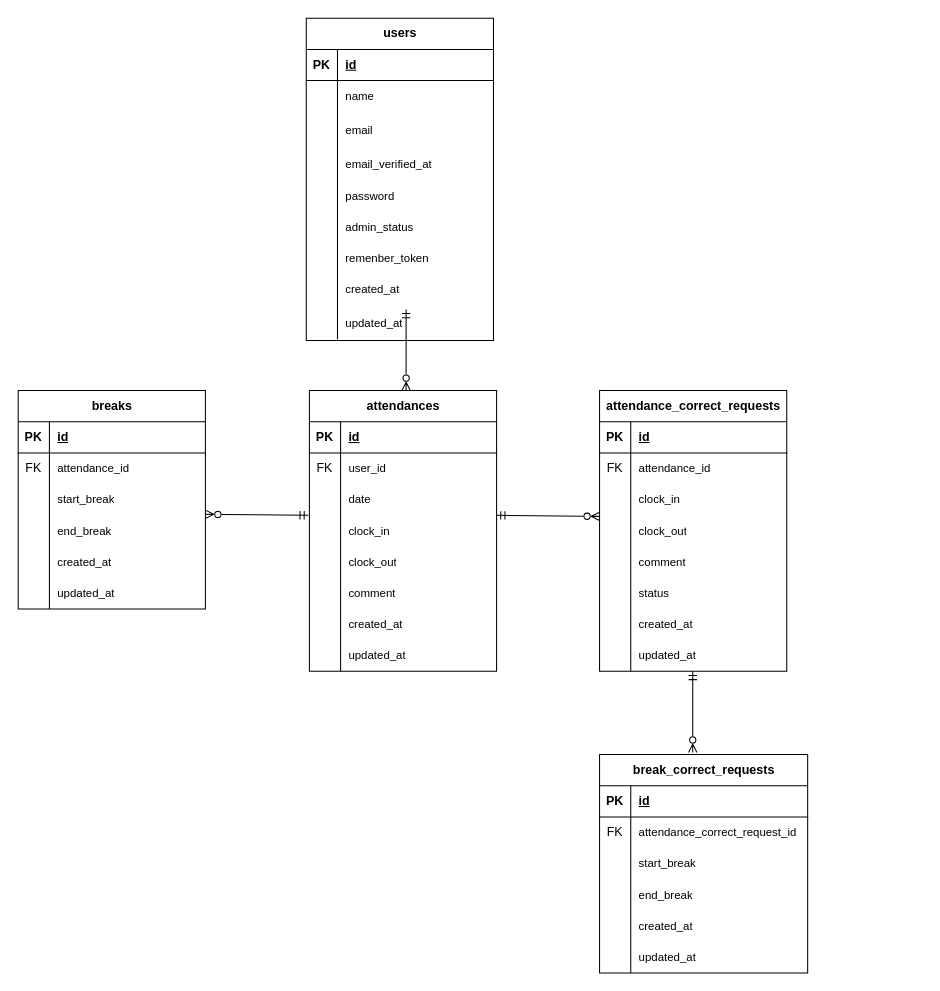
Earlier version of the draw.io diagram ER.dio (tanakami315/MATTER-attendance-management). Source tidied: cells renumbered, new cells numbered last; positions are measured from the earlier drawing's top-left corner, leaving out a move shared by most shapes. Both pictures are drawn from the tidied source at 104%, with x=0, y=0 at pixel (18, 18).
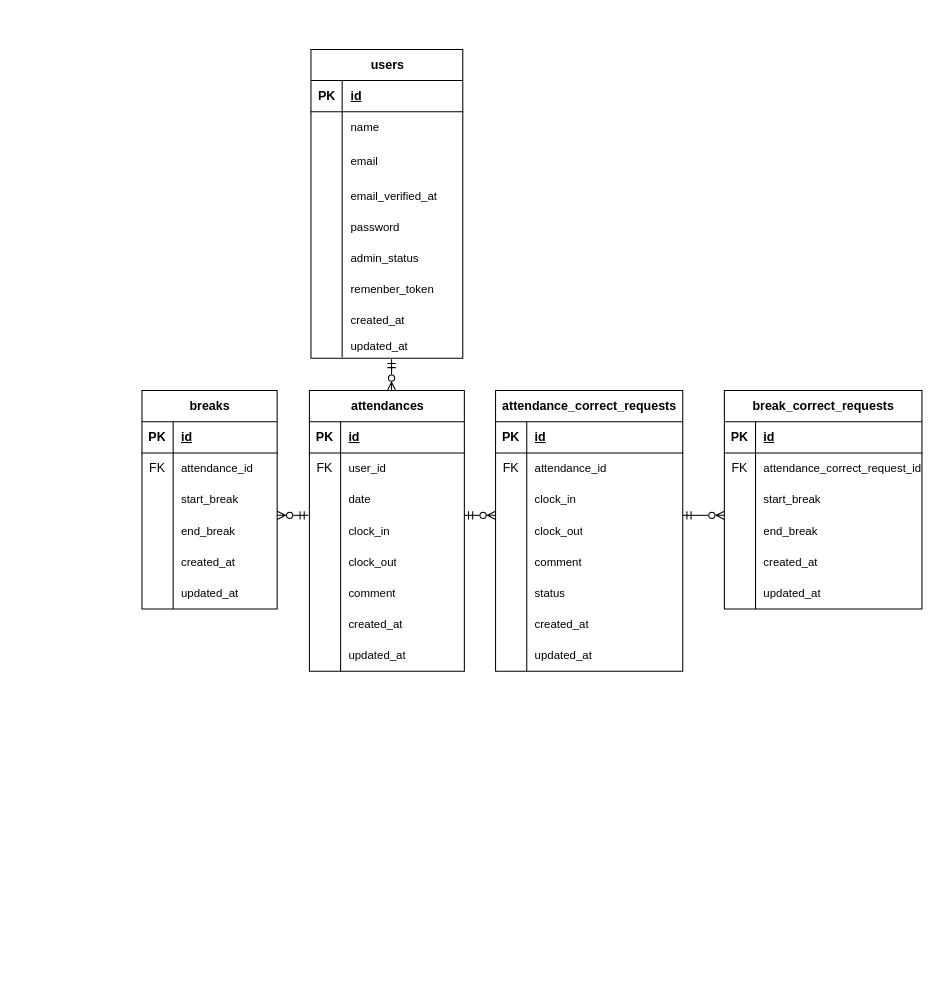
After the change.

What changed in the source:
```diff
@@
     <mxCell id="2" value="attendances" style="shape=table;startSize=30;childLayout=tableLayout;rowLines=0;fontStyle=1;align=center;html=1;" parent="1" vertex="1">
-      <mxGeometry x="280" y="358" width="180" height="270" as="geometry" />
+      <mxGeometry x="280" y="358" width="149" height="270" as="geometry" />
     </mxCell>
     <mxCell id="3" style="shape=tableRow;horizontal=0;startSize=0;swimlaneHead=0;swimlaneBody=0;fillColor=none;top=0;left=0;right=0;bottom=1;" parent="2" vertex="1">
-      <mxGeometry y="30" width="180" height="30" as="geometry" />
+      <mxGeometry y="30" width="149" height="30" as="geometry" />
     </mxCell>
@@
     <mxCell id="5" value="id" style="shape=partialRectangle;fillColor=none;top=0;left=0;bottom=0;right=0;align=left;spacingLeft=6;fontStyle=5;overflow=hidden;whiteSpace=wrap;html=1;" parent="3" vertex="1">
-      <mxGeometry x="30" width="150" height="30" as="geometry" />
+      <mxGeometry x="30" width="119" height="30" as="geometry" />
     </mxCell>
     <mxCell id="6" style="shape=tableRow;horizontal=0;startSize=0;swimlaneHead=0;swimlaneBody=0;fillColor=none;top=0;left=0;right=0;bottom=0;" parent="2" vertex="1">
-      <mxGeometry y="60" width="180" height="30" as="geometry" />
+      <mxGeometry y="60" width="149" height="30" as="geometry" />
     </mxCell>
@@
     <mxCell id="8" value="user_id" style="shape=partialRectangle;fillColor=none;top=0;left=0;bottom=0;right=0;align=left;spacingLeft=6;overflow=hidden;whiteSpace=wrap;html=1;fontSize=11;verticalAlign=middle;" parent="6" vertex="1">
-      <mxGeometry x="30" width="150" height="30" as="geometry" />
+      <mxGeometry x="30" width="119" height="30" as="geometry" />
     </mxCell>
     <mxCell id="9" style="shape=tableRow;horizontal=0;startSize=0;swimlaneHead=0;swimlaneBody=0;fillColor=none;top=0;left=0;right=0;bottom=0;" parent="2" vertex="1">
-      <mxGeometry y="90" width="180" height="30" as="geometry" />
+      <mxGeometry y="90" width="149" height="30" as="geometry" />
     </mxCell>
@@
     <mxCell id="11" value="date" style="shape=partialRectangle;fillColor=none;top=0;left=0;bottom=0;right=0;align=left;spacingLeft=6;overflow=hidden;whiteSpace=wrap;html=1;fontSize=11;verticalAlign=middle;" parent="9" vertex="1">
-      <mxGeometry x="30" width="150" height="30" as="geometry" />
+      <mxGeometry x="30" width="119" height="30" as="geometry" />
     </mxCell>
     <mxCell id="12" style="shape=tableRow;horizontal=0;startSize=0;swimlaneHead=0;swimlaneBody=0;fillColor=none;top=0;left=0;right=0;bottom=0;" parent="2" vertex="1">
-      <mxGeometry y="120" width="180" height="30" as="geometry" />
+      <mxGeometry y="120" width="149" height="30" as="geometry" />
     </mxCell>
@@
     <mxCell id="14" value="clock_in" style="shape=partialRectangle;fillColor=none;top=0;left=0;bottom=0;right=0;align=left;spacingLeft=6;overflow=hidden;whiteSpace=wrap;html=1;fontSize=11;" parent="12" vertex="1">
-      <mxGeometry x="30" width="150" height="30" as="geometry" />
+      <mxGeometry x="30" width="119" height="30" as="geometry" />
     </mxCell>
     <mxCell id="15" style="shape=tableRow;horizontal=0;startSize=0;swimlaneHead=0;swimlaneBody=0;fillColor=none;top=0;left=0;right=0;bottom=0;" parent="2" vertex="1">
-      <mxGeometry y="150" width="180" height="30" as="geometry" />
+      <mxGeometry y="150" width="149" height="30" as="geometry" />
     </mxCell>
@@
     <mxCell id="17" value="clock_out" style="shape=partialRectangle;fillColor=none;top=0;left=0;bottom=0;right=0;align=left;spacingLeft=6;overflow=hidden;whiteSpace=wrap;html=1;fontSize=11;" parent="15" vertex="1">
-      <mxGeometry x="30" width="150" height="30" as="geometry" />
+      <mxGeometry x="30" width="119" height="30" as="geometry" />
     </mxCell>
     <mxCell id="18" style="shape=tableRow;horizontal=0;startSize=0;swimlaneHead=0;swimlaneBody=0;fillColor=none;top=0;left=0;right=0;bottom=0;" parent="2" vertex="1">
-      <mxGeometry y="180" width="180" height="30" as="geometry" />
+      <mxGeometry y="180" width="149" height="30" as="geometry" />
     </mxCell>
@@
     <mxCell id="20" value="comment" style="shape=partialRectangle;fillColor=none;top=0;left=0;bottom=0;right=0;align=left;spacingLeft=6;overflow=hidden;whiteSpace=wrap;html=1;fontSize=11;" parent="18" vertex="1">
-      <mxGeometry x="30" width="150" height="30" as="geometry" />
+      <mxGeometry x="30" width="119" height="30" as="geometry" />
     </mxCell>
     <mxCell id="21" style="shape=tableRow;horizontal=0;startSize=0;swimlaneHead=0;swimlaneBody=0;fillColor=none;top=0;left=0;right=0;bottom=0;" parent="2" vertex="1">
-      <mxGeometry y="210" width="180" height="30" as="geometry" />
+      <mxGeometry y="210" width="149" height="30" as="geometry" />
     </mxCell>
@@
     <mxCell id="23" value="&lt;span style=&quot;color: rgb(0, 0, 0);&quot;&gt;created_at&lt;/span&gt;" style="shape=partialRectangle;fillColor=none;top=0;left=0;bottom=0;right=0;align=left;spacingLeft=6;overflow=hidden;whiteSpace=wrap;html=1;fontSize=11;" parent="21" vertex="1">
-      <mxGeometry x="30" width="150" height="30" as="geometry" />
+      <mxGeometry x="30" width="119" height="30" as="geometry" />
     </mxCell>
     <mxCell id="24" style="shape=tableRow;horizontal=0;startSize=0;swimlaneHead=0;swimlaneBody=0;fillColor=none;top=0;left=0;right=0;bottom=0;" parent="2" vertex="1">
-      <mxGeometry y="240" width="180" height="30" as="geometry" />
+      <mxGeometry y="240" width="149" height="30" as="geometry" />
     </mxCell>
@@
     <mxCell id="26" value="updated_at" style="shape=partialRectangle;fillColor=none;top=0;left=0;bottom=0;right=0;align=left;spacingLeft=6;overflow=hidden;whiteSpace=wrap;html=1;fontSize=11;" parent="24" vertex="1">
-      <mxGeometry x="30" width="150" height="30" as="geometry" />
+      <mxGeometry x="30" width="119" height="30" as="geometry" />
     </mxCell>
     <mxCell id="27" value="users" style="shape=table;startSize=30;childLayout=tableLayout;rowLines=0;fontStyle=1;align=center;html=1;" parent="1" vertex="1">
-      <mxGeometry x="277" width="180" height="310" as="geometry" />
+      <mxGeometry x="281.5" y="30" width="146" height="297" as="geometry" />
     </mxCell>
     <mxCell id="28" style="shape=tableRow;horizontal=0;startSize=0;swimlaneHead=0;swimlaneBody=0;fillColor=none;top=0;left=0;right=0;bottom=1;" parent="27" vertex="1">
-      <mxGeometry y="30" width="180" height="30" as="geometry" />
+      <mxGeometry y="30" width="146" height="30" as="geometry" />
     </mxCell>
@@
     <mxCell id="30" value="id" style="shape=partialRectangle;fillColor=none;top=0;left=0;bottom=0;right=0;align=left;spacingLeft=6;fontStyle=5;overflow=hidden;whiteSpace=wrap;html=1;" parent="28" vertex="1">
-      <mxGeometry x="30" width="150" height="30" as="geometry" />
+      <mxGeometry x="30" width="116" height="30" as="geometry" />
     </mxCell>
     <mxCell id="31" style="shape=tableRow;horizontal=0;startSize=0;swimlaneHead=0;swimlaneBody=0;fillColor=none;top=0;left=0;right=0;bottom=0;" parent="27" vertex="1">
-      <mxGeometry y="60" width="180" height="30" as="geometry" />
+      <mxGeometry y="60" width="146" height="30" as="geometry" />
     </mxCell>
@@
     <mxCell id="33" value="name" style="shape=partialRectangle;fillColor=none;top=0;left=0;bottom=0;right=0;align=left;spacingLeft=6;overflow=hidden;whiteSpace=wrap;html=1;fontSize=11;verticalAlign=middle;" parent="31" vertex="1">
-      <mxGeometry x="30" width="150" height="30" as="geometry" />
+      <mxGeometry x="30" width="116" height="30" as="geometry" />
     </mxCell>
     <mxCell id="34" style="shape=tableRow;horizontal=0;startSize=0;swimlaneHead=0;swimlaneBody=0;fillColor=none;top=0;left=0;right=0;bottom=0;" parent="27" vertex="1">
-      <mxGeometry y="90" width="180" height="36" as="geometry" />
+      <mxGeometry y="90" width="146" height="36" as="geometry" />
     </mxCell>
@@
     <mxCell id="36" value="&lt;span style=&quot;color: rgb(0, 0, 0);&quot;&gt;email&lt;/span&gt;" style="shape=partialRectangle;fillColor=none;top=0;left=0;bottom=0;right=0;align=left;spacingLeft=6;overflow=hidden;whiteSpace=wrap;html=1;fontSize=11;verticalAlign=middle;" parent="34" vertex="1">
-      <mxGeometry x="30" width="150" height="36" as="geometry" />
+      <mxGeometry x="30" width="116" height="36" as="geometry" />
     </mxCell>
     <mxCell id="37" style="shape=tableRow;horizontal=0;startSize=0;swimlaneHead=0;swimlaneBody=0;fillColor=none;top=0;left=0;right=0;bottom=0;" parent="27" vertex="1">
-      <mxGeometry y="126" width="180" height="30" as="geometry" />
+      <mxGeometry y="126" width="146" height="30" as="geometry" />
     </mxCell>
@@
     <mxCell id="39" value="&lt;span style=&quot;color: rgb(0, 0, 0);&quot;&gt;email_verified_at&lt;/span&gt;" style="shape=partialRectangle;fillColor=none;top=0;left=0;bottom=0;right=0;align=left;spacingLeft=6;overflow=hidden;whiteSpace=wrap;html=1;fontSize=11;" parent="37" vertex="1">
-      <mxGeometry x="30" width="150" height="30" as="geometry" />
+      <mxGeometry x="30" width="116" height="30" as="geometry" />
     </mxCell>
     <mxCell id="40" style="shape=tableRow;horizontal=0;startSize=0;swimlaneHead=0;swimlaneBody=0;fillColor=none;top=0;left=0;right=0;bottom=0;" parent="27" vertex="1">
-      <mxGeometry y="156" width="180" height="30" as="geometry" />
+      <mxGeometry y="156" width="146" height="30" as="geometry" />
     </mxCell>
@@
     <mxCell id="42" value="&lt;span style=&quot;color: rgb(0, 0, 0);&quot;&gt;password&lt;/span&gt;" style="shape=partialRectangle;fillColor=none;top=0;left=0;bottom=0;right=0;align=left;spacingLeft=6;overflow=hidden;whiteSpace=wrap;html=1;fontSize=11;" parent="40" vertex="1">
-      <mxGeometry x="30" width="150" height="30" as="geometry" />
+      <mxGeometry x="30" width="116" height="30" as="geometry" />
     </mxCell>
     <mxCell id="43" style="shape=tableRow;horizontal=0;startSize=0;swimlaneHead=0;swimlaneBody=0;fillColor=none;top=0;left=0;right=0;bottom=0;" parent="27" vertex="1">
-      <mxGeometry y="186" width="180" height="30" as="geometry" />
+      <mxGeometry y="186" width="146" height="30" as="geometry" />
     </mxCell>
@@
     <mxCell id="45" value="admin_status" style="shape=partialRectangle;fillColor=none;top=0;left=0;bottom=0;right=0;align=left;spacingLeft=6;overflow=hidden;whiteSpace=wrap;html=1;fontSize=11;" parent="43" vertex="1">
-      <mxGeometry x="30" width="150" height="30" as="geometry" />
+      <mxGeometry x="30" width="116" height="30" as="geometry" />
     </mxCell>
     <mxCell id="46" style="shape=tableRow;horizontal=0;startSize=0;swimlaneHead=0;swimlaneBody=0;fillColor=none;top=0;left=0;right=0;bottom=0;" parent="27" vertex="1">
-      <mxGeometry y="216" width="180" height="30" as="geometry" />
+      <mxGeometry y="216" width="146" height="30" as="geometry" />
     </mxCell>
@@
     <mxCell id="48" value="remenber_token" style="shape=partialRectangle;fillColor=none;top=0;left=0;bottom=0;right=0;align=left;spacingLeft=6;overflow=hidden;whiteSpace=wrap;html=1;fontSize=11;" parent="46" vertex="1">
-      <mxGeometry x="30" width="150" height="30" as="geometry" />
+      <mxGeometry x="30" width="116" height="30" as="geometry" />
     </mxCell>
     <mxCell id="49" style="shape=tableRow;horizontal=0;startSize=0;swimlaneHead=0;swimlaneBody=0;fillColor=none;top=0;left=0;right=0;bottom=0;" parent="27" vertex="1">
-      <mxGeometry y="246" width="180" height="30" as="geometry" />
+      <mxGeometry y="246" width="146" height="30" as="geometry" />
     </mxCell>
@@
     <mxCell id="51" value="created_at" style="shape=partialRectangle;fillColor=none;top=0;left=0;bottom=0;right=0;align=left;spacingLeft=6;overflow=hidden;whiteSpace=wrap;html=1;fontSize=11;" parent="49" vertex="1">
-      <mxGeometry x="30" width="150" height="30" as="geometry" />
+      <mxGeometry x="30" width="116" height="30" as="geometry" />
     </mxCell>
     <mxCell id="52" style="shape=tableRow;horizontal=0;startSize=0;swimlaneHead=0;swimlaneBody=0;fillColor=none;top=0;left=0;right=0;bottom=0;" parent="27" vertex="1">
-      <mxGeometry y="276" width="180" height="33" as="geometry" />
+      <mxGeometry y="276" width="146" height="20" as="geometry" />
     </mxCell>
     <mxCell id="53" style="shape=partialRectangle;fillColor=none;top=0;left=0;bottom=0;right=0;overflow=hidden;whiteSpace=wrap;html=1;" parent="52" vertex="1">
-      <mxGeometry width="30" height="33" as="geometry" />
+      <mxGeometry width="30" height="20" as="geometry" />
     </mxCell>
     <mxCell id="54" value="&lt;span style=&quot;color: rgb(0, 0, 0);&quot;&gt;updated_at&lt;/span&gt;" style="shape=partialRectangle;fillColor=none;top=0;left=0;bottom=0;right=0;align=left;spacingLeft=6;overflow=hidden;whiteSpace=wrap;html=1;fontSize=11;" parent="52" vertex="1">
-      <mxGeometry x="30" width="150" height="33" as="geometry" />
+      <mxGeometry x="30" width="116" height="20" as="geometry" />
     </mxCell>
     <mxCell id="55" style="fontSize=12;html=1;endArrow=ERmandOne;startArrow=ERzeroToMany;endFill=0;startFill=0;" parent="1" edge="1">
       <mxGeometry relative="1" as="geometry">
-        <mxPoint x="373" y="358" as="sourcePoint" />
-        <mxPoint x="373" y="280" as="targetPoint" />
+        <mxPoint x="359" y="358" as="sourcePoint" />
+        <mxPoint x="359" y="328" as="targetPoint" />
       </mxGeometry>
     </mxCell>
     <mxCell id="56" value="breaks" style="shape=table;startSize=30;childLayout=tableLayout;rowLines=0;fontStyle=1;align=center;html=1;" parent="1" vertex="1">
-      <mxGeometry y="358" width="180" height="210" as="geometry" />
+      <mxGeometry x="119" y="358" width="130" height="210" as="geometry" />
     </mxCell>
     <mxCell id="57" style="shape=tableRow;horizontal=0;startSize=0;swimlaneHead=0;swimlaneBody=0;fillColor=none;top=0;left=0;right=0;bottom=1;" parent="56" vertex="1">
-      <mxGeometry y="30" width="180" height="30" as="geometry" />
+      <mxGeometry y="30" width="130" height="30" as="geometry" />
     </mxCell>
@@
     <mxCell id="59" value="id" style="shape=partialRectangle;fillColor=none;top=0;left=0;bottom=0;right=0;align=left;spacingLeft=6;fontStyle=5;overflow=hidden;whiteSpace=wrap;html=1;" parent="57" vertex="1">
-      <mxGeometry x="30" width="150" height="30" as="geometry" />
+      <mxGeometry x="30" width="100" height="30" as="geometry" />
     </mxCell>
     <mxCell id="60" style="shape=tableRow;horizontal=0;startSize=0;swimlaneHead=0;swimlaneBody=0;fillColor=none;top=0;left=0;right=0;bottom=0;" parent="56" vertex="1">
-      <mxGeometry y="60" width="180" height="30" as="geometry" />
+      <mxGeometry y="60" width="130" height="30" as="geometry" />
     </mxCell>
@@
     <mxCell id="62" value="attendance_id" style="shape=partialRectangle;fillColor=none;top=0;left=0;bottom=0;right=0;align=left;spacingLeft=6;overflow=hidden;whiteSpace=wrap;html=1;fontSize=11;verticalAlign=middle;" parent="60" vertex="1">
-      <mxGeometry x="30" width="150" height="30" as="geometry" />
+      <mxGeometry x="30" width="100" height="30" as="geometry" />
     </mxCell>
     <mxCell id="63" style="shape=tableRow;horizontal=0;startSize=0;swimlaneHead=0;swimlaneBody=0;fillColor=none;top=0;left=0;right=0;bottom=0;" parent="56" vertex="1">
-      <mxGeometry y="90" width="180" height="30" as="geometry" />
+      <mxGeometry y="90" width="130" height="30" as="geometry" />
     </mxCell>
@@
     <mxCell id="65" value="start_break" style="shape=partialRectangle;fillColor=none;top=0;left=0;bottom=0;right=0;align=left;spacingLeft=6;overflow=hidden;whiteSpace=wrap;html=1;fontSize=11;verticalAlign=middle;" parent="63" vertex="1">
-      <mxGeometry x="30" width="150" height="30" as="geometry" />
+      <mxGeometry x="30" width="100" height="30" as="geometry" />
     </mxCell>
     <mxCell id="66" style="shape=tableRow;horizontal=0;startSize=0;swimlaneHead=0;swimlaneBody=0;fillColor=none;top=0;left=0;right=0;bottom=0;" parent="56" vertex="1">
-      <mxGeometry y="120" width="180" height="30" as="geometry" />
+      <mxGeometry y="120" width="130" height="30" as="geometry" />
     </mxCell>
@@
     <mxCell id="68" value="end_break" style="shape=partialRectangle;fillColor=none;top=0;left=0;bottom=0;right=0;align=left;spacingLeft=6;overflow=hidden;whiteSpace=wrap;html=1;fontSize=11;" parent="66" vertex="1">
-      <mxGeometry x="30" width="150" height="30" as="geometry" />
+      <mxGeometry x="30" width="100" height="30" as="geometry" />
     </mxCell>
     <mxCell id="69" style="shape=tableRow;horizontal=0;startSize=0;swimlaneHead=0;swimlaneBody=0;fillColor=none;top=0;left=0;right=0;bottom=0;" parent="56" vertex="1">
-      <mxGeometry y="150" width="180" height="30" as="geometry" />
+      <mxGeometry y="150" width="130" height="30" as="geometry" />
     </mxCell>
@@
     <mxCell id="71" value="&lt;span style=&quot;color: rgb(0, 0, 0);&quot;&gt;created_at&lt;/span&gt;" style="shape=partialRectangle;fillColor=none;top=0;left=0;bottom=0;right=0;align=left;spacingLeft=6;overflow=hidden;whiteSpace=wrap;html=1;fontSize=11;" parent="69" vertex="1">
-      <mxGeometry x="30" width="150" height="30" as="geometry" />
+      <mxGeometry x="30" width="100" height="30" as="geometry" />
     </mxCell>
     <mxCell id="72" style="shape=tableRow;horizontal=0;startSize=0;swimlaneHead=0;swimlaneBody=0;fillColor=none;top=0;left=0;right=0;bottom=0;" parent="56" vertex="1">
-      <mxGeometry y="180" width="180" height="30" as="geometry" />
+      <mxGeometry y="180" width="130" height="30" as="geometry" />
     </mxCell>
@@
     <mxCell id="74" value="updated_at" style="shape=partialRectangle;fillColor=none;top=0;left=0;bottom=0;right=0;align=left;spacingLeft=6;overflow=hidden;whiteSpace=wrap;html=1;fontSize=11;" parent="72" vertex="1">
-      <mxGeometry x="30" width="150" height="30" as="geometry" />
+      <mxGeometry x="30" width="100" height="30" as="geometry" />
     </mxCell>
     <mxCell id="75" value="attendance_correct_requests" style="shape=table;startSize=30;childLayout=tableLayout;rowLines=0;fontStyle=1;align=center;html=1;" parent="1" vertex="1">
-      <mxGeometry x="559" y="358" width="180" height="270" as="geometry" />
+      <mxGeometry x="459" y="358" width="180" height="270" as="geometry" />
     </mxCell>
@@
     <mxCell id="100" value="break_correct_requests" style="shape=table;startSize=30;childLayout=tableLayout;rowLines=0;fontStyle=1;align=center;html=1;" parent="1" vertex="1">
-      <mxGeometry x="559" y="708" width="200.1" height="210" as="geometry" />
+      <mxGeometry x="679" y="358" width="190" height="210" as="geometry" />
     </mxCell>
     <mxCell id="101" style="shape=tableRow;horizontal=0;startSize=0;swimlaneHead=0;swimlaneBody=0;fillColor=none;top=0;left=0;right=0;bottom=1;" parent="100" vertex="1">
-      <mxGeometry y="30" width="200.1" height="30" as="geometry" />
+      <mxGeometry y="30" width="190" height="30" as="geometry" />
     </mxCell>
@@
     <mxCell id="103" value="id" style="shape=partialRectangle;fillColor=none;top=0;left=0;bottom=0;right=0;align=left;spacingLeft=6;fontStyle=5;overflow=hidden;whiteSpace=wrap;html=1;" parent="101" vertex="1">
-      <mxGeometry x="30" width="170.1" height="30" as="geometry" />
+      <mxGeometry x="30" width="160" height="30" as="geometry" />
     </mxCell>
     <mxCell id="104" style="shape=tableRow;horizontal=0;startSize=0;swimlaneHead=0;swimlaneBody=0;fillColor=none;top=0;left=0;right=0;bottom=0;" parent="100" vertex="1">
-      <mxGeometry y="60" width="200.1" height="30" as="geometry" />
+      <mxGeometry y="60" width="190" height="30" as="geometry" />
     </mxCell>
@@
     <mxCell id="106" value="attendance_correct_request_id" style="shape=partialRectangle;fillColor=none;top=0;left=0;bottom=0;right=0;align=left;spacingLeft=6;overflow=hidden;whiteSpace=wrap;html=1;fontSize=11;verticalAlign=middle;" parent="104" vertex="1">
-      <mxGeometry x="30" width="170.1" height="30" as="geometry" />
+      <mxGeometry x="30" width="160" height="30" as="geometry" />
     </mxCell>
     <mxCell id="107" style="shape=tableRow;horizontal=0;startSize=0;swimlaneHead=0;swimlaneBody=0;fillColor=none;top=0;left=0;right=0;bottom=0;" parent="100" vertex="1">
-      <mxGeometry y="90" width="200.1" height="30" as="geometry" />
+      <mxGeometry y="90" width="190" height="30" as="geometry" />
     </mxCell>
@@
     <mxCell id="109" value="start_break" style="shape=partialRectangle;fillColor=none;top=0;left=0;bottom=0;right=0;align=left;spacingLeft=6;overflow=hidden;whiteSpace=wrap;html=1;fontSize=11;verticalAlign=middle;" parent="107" vertex="1">
-      <mxGeometry x="30" width="170.1" height="30" as="geometry" />
+      <mxGeometry x="30" width="160" height="30" as="geometry" />
     </mxCell>
     <mxCell id="110" style="shape=tableRow;horizontal=0;startSize=0;swimlaneHead=0;swimlaneBody=0;fillColor=none;top=0;left=0;right=0;bottom=0;" parent="100" vertex="1">
-      <mxGeometry y="120" width="200.1" height="30" as="geometry" />
+      <mxGeometry y="120" width="190" height="30" as="geometry" />
     </mxCell>
@@
     <mxCell id="112" value="end_break" style="shape=partialRectangle;fillColor=none;top=0;left=0;bottom=0;right=0;align=left;spacingLeft=6;overflow=hidden;whiteSpace=wrap;html=1;fontSize=11;" parent="110" vertex="1">
-      <mxGeometry x="30" width="170.1" height="30" as="geometry" />
+      <mxGeometry x="30" width="160" height="30" as="geometry" />
     </mxCell>
     <mxCell id="113" style="shape=tableRow;horizontal=0;startSize=0;swimlaneHead=0;swimlaneBody=0;fillColor=none;top=0;left=0;right=0;bottom=0;" parent="100" vertex="1">
-      <mxGeometry y="150" width="200.1" height="30" as="geometry" />
+      <mxGeometry y="150" width="190" height="30" as="geometry" />
     </mxCell>
@@
     <mxCell id="115" value="&lt;span style=&quot;color: rgb(0, 0, 0);&quot;&gt;created_at&lt;/span&gt;" style="shape=partialRectangle;fillColor=none;top=0;left=0;bottom=0;right=0;align=left;spacingLeft=6;overflow=hidden;whiteSpace=wrap;html=1;fontSize=11;" parent="113" vertex="1">
-      <mxGeometry x="30" width="170.1" height="30" as="geometry" />
+      <mxGeometry x="30" width="160" height="30" as="geometry" />
     </mxCell>
     <mxCell id="116" style="shape=tableRow;horizontal=0;startSize=0;swimlaneHead=0;swimlaneBody=0;fillColor=none;top=0;left=0;right=0;bottom=0;" parent="100" vertex="1">
-      <mxGeometry y="180" width="200.1" height="30" as="geometry" />
+      <mxGeometry y="180" width="190" height="30" as="geometry" />
     </mxCell>
@@
     <mxCell id="118" value="updated_at" style="shape=partialRectangle;fillColor=none;top=0;left=0;bottom=0;right=0;align=left;spacingLeft=6;overflow=hidden;whiteSpace=wrap;html=1;fontSize=11;" parent="116" vertex="1">
-      <mxGeometry x="30" width="170.1" height="30" as="geometry" />
+      <mxGeometry x="30" width="160" height="30" as="geometry" />
     </mxCell>
     <mxCell id="119" style="fontSize=12;html=1;endArrow=ERmandOne;startArrow=ERzeroToMany;endFill=0;startFill=0;" parent="1" edge="1">
       <mxGeometry relative="1" as="geometry">
-        <mxPoint x="180" y="477" as="sourcePoint" />
+        <mxPoint x="249" y="478" as="sourcePoint" />
         <mxPoint x="279" y="478" as="targetPoint" />
       </mxGeometry>
     </mxCell>
     <mxCell id="120" style="fontSize=12;html=1;endArrow=ERmandOne;startArrow=ERzeroToMany;endFill=0;startFill=0;" parent="1" edge="1">
       <mxGeometry relative="1" as="geometry">
-        <mxPoint x="559" y="479" as="sourcePoint" />
-        <mxPoint x="460" y="478" as="targetPoint" />
+        <mxPoint x="459" y="478" as="sourcePoint" />
+        <mxPoint x="429" y="478" as="targetPoint" />
       </mxGeometry>
     </mxCell>
-    <mxCell id="121" style="fontSize=12;html=1;endArrow=ERmandOne;startArrow=ERzeroToMany;endFill=0;startFill=0;" parent="1" edge="1">
-      <mxGeometry relative="1" as="geometry">
-        <mxPoint x="648.6" y="706" as="sourcePoint" />
-        <mxPoint x="648.6" y="628" as="targetPoint" />
-      </mxGeometry>
-    </mxCell>
+    <mxCell id="122" style="fontSize=12;html=1;endArrow=ERmandOne;startArrow=ERzeroToMany;endFill=0;startFill=0;" parent="1" edge="1">
+      <mxGeometry relative="1" as="geometry">
+        <mxPoint x="679" y="478" as="sourcePoint" />
+        <mxPoint x="639" y="478" as="targetPoint" />
+      </mxGeometry>
+    </mxCell>
```
